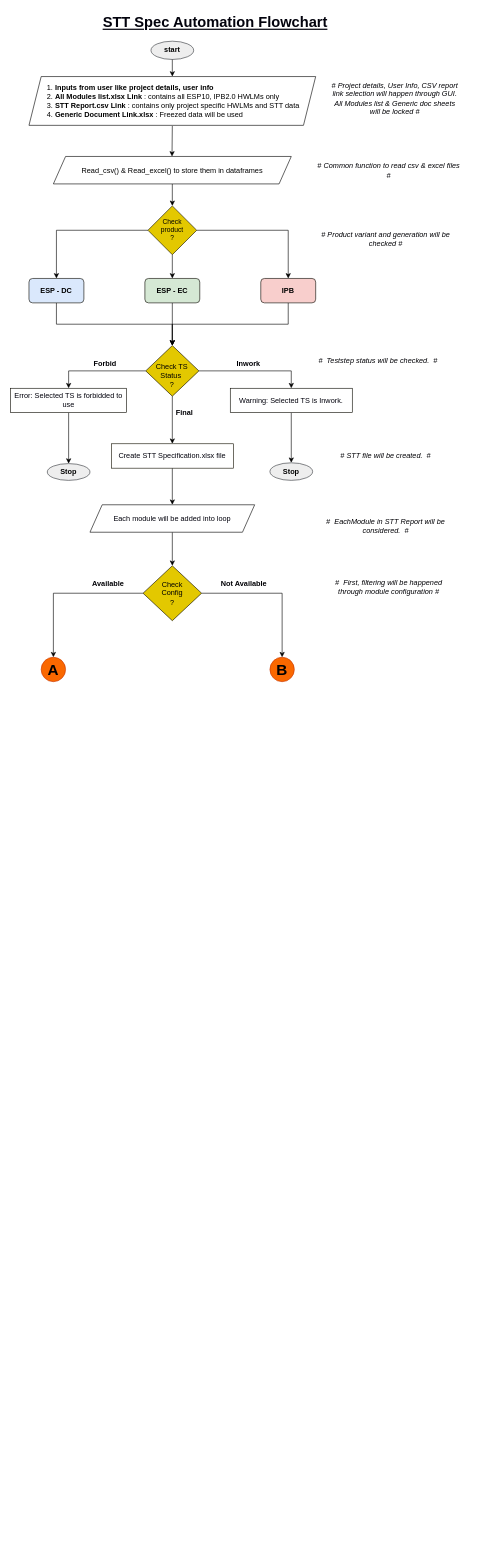
The draw.io diagram page "Page-1" (1 of 2) of Untitled Diagram.drawio in Manideep22/STT, before the edit. Source tidied: cells renumbered, new cells numbered last; positions are measured from the earlier drawing's top-left corner, leaving out a move shared by most shapes. Both pictures are drawn from the tidied source at 61%, with x=0, y=0 at pixel (10, 10).
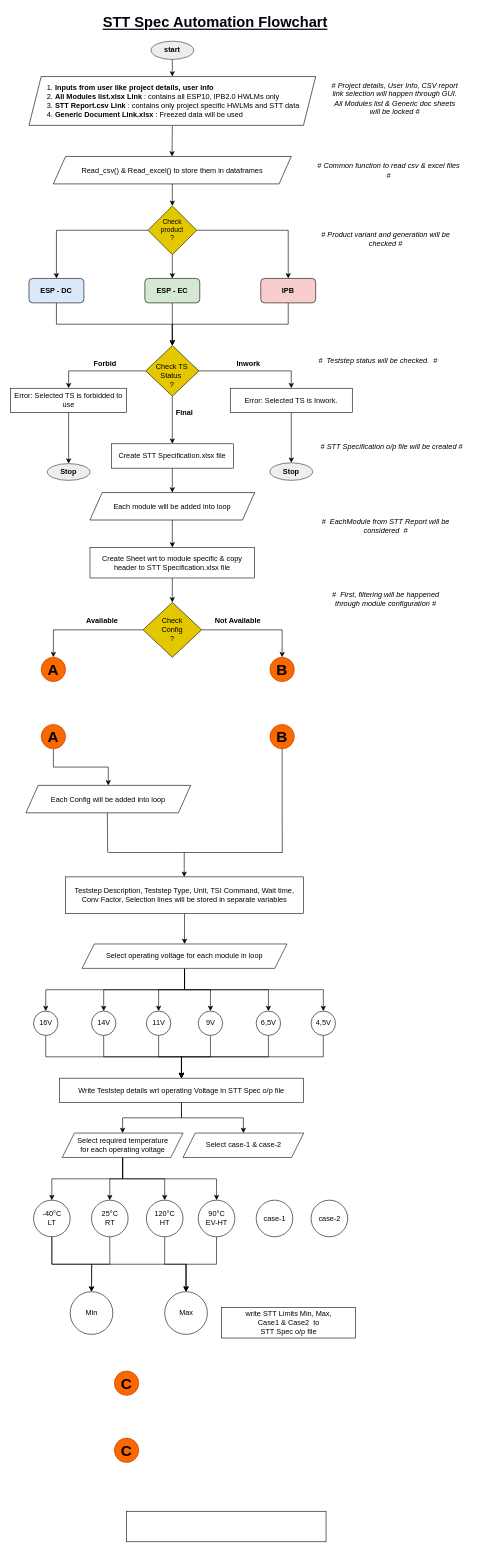
After the change.

Unchanged cells that the change refers to:
```xml
<mxCell id="40" value="A" style="ellipse;whiteSpace=wrap;html=1;labelBackgroundColor=none;fontColor=#000000;strokeColor=#C73500;fillColor=#fa6800;fontStyle=1;fontSize=25;" parent="1" vertex="1">
  <mxGeometry x="50" y="1060" width="40" height="40" as="geometry" />
</mxCell>
```

What changed in the source:
```diff
@@
-    <mxCell id="17" style="edgeStyle=orthogonalEdgeStyle;rounded=0;jettySize=auto;html=1;exitX=0.5;exitY=1;exitDx=0;exitDy=0;entryX=0.5;entryY=0;entryDx=0;entryDy=0;fontSize=12;fontColor=#03030D;" parent="1" edge="1" source="18" target="21">
-      <mxGeometry relative="1" as="geometry" />
-    </mxCell>
+    <mxCell id="50" style="edgeStyle=orthogonalEdgeStyle;rounded=0;jettySize=auto;html=1;exitX=0.5;exitY=1;exitDx=0;exitDy=0;entryX=0.5;entryY=0;entryDx=0;entryDy=0;fontSize=12;fontColor=#03030D;" parent="1" edge="1" source="18" target="100">
+      <mxGeometry relative="1" as="geometry" />
+    </mxCell>
     <mxCell id="18" value="&lt;div&gt;Each module will be added into loop&lt;/div&gt;" style="shape=parallelogram;perimeter=parallelogramPerimeter;whiteSpace=wrap;html=1;fixedSize=1;labelBackgroundColor=none;fontColor=#03030D;" parent="1" vertex="1">
-      <mxGeometry x="130" y="810" width="270" height="45" as="geometry" />
+      <mxGeometry x="130" y="790" width="270" height="45" as="geometry" />
     </mxCell>
+    <mxCell id="20" style="edgeStyle=orthogonalEdgeStyle;rounded=0;jettySize=auto;html=1;exitX=0;exitY=0.5;exitDx=0;exitDy=0;entryX=0.5;entryY=0;entryDx=0;entryDy=0;fontSize=12;fontColor=#03030D;" parent="1" edge="1" source="21" target="40">
+      <mxGeometry relative="1" as="geometry" />
+    </mxCell>
@@
-    <mxCell id="20" style="edgeStyle=orthogonalEdgeStyle;rounded=0;jettySize=auto;html=1;exitX=0;exitY=0.5;exitDx=0;exitDy=0;entryX=0.5;entryY=0;entryDx=0;entryDy=0;fontSize=12;fontColor=#03030D;" parent="1" edge="1" source="21" target="40">
-      <mxGeometry relative="1" as="geometry" />
-    </mxCell>
     <mxCell id="21" value="&lt;div&gt;Check &lt;br&gt;&lt;/div&gt;&lt;div&gt;Config&lt;/div&gt;&lt;div&gt;?&lt;br&gt;&lt;/div&gt;" style="rhombus;whiteSpace=wrap;html=1;fontColor=#000000;fillColor=#e3c800;strokeColor=#0A0900;" parent="1" vertex="1">
-      <mxGeometry x="217" y="910" width="96" height="90" as="geometry" />
+      <mxGeometry x="217" y="970" width="96" height="90" as="geometry" />
     </mxCell>
-    <mxCell id="22" value="#&amp;nbsp; EachModule in STT Report will be considered.&amp;nbsp; #" style="text;html=1;strokeColor=none;fillColor=none;align=center;verticalAlign=middle;whiteSpace=wrap;rounded=0;fontColor=#000005;fontStyle=2;" parent="1" vertex="1">
+    <mxCell id="22" value="#&amp;nbsp; EachModule from STT Report will be considered&amp;nbsp; #" style="text;html=1;strokeColor=none;fillColor=none;align=center;verticalAlign=middle;whiteSpace=wrap;rounded=0;fontColor=#000005;fontStyle=2;" parent="1" vertex="1">
       <mxGeometry x="490" y="810" width="250" height="70" as="geometry" />
     </mxCell>
     <mxCell id="23" value="#&amp;nbsp; First, filtering will be happened through module configuration #" style="text;html=1;strokeColor=none;fillColor=none;align=center;verticalAlign=middle;whiteSpace=wrap;rounded=0;fontColor=#000005;fontStyle=2;" parent="1" vertex="1">
-      <mxGeometry x="515" y="910" width="210" height="70" as="geometry" />
+      <mxGeometry x="510" y="930" width="210" height="70" as="geometry" />
     </mxCell>
     <mxCell id="24" value="Available" style="text;html=1;strokeColor=none;fillColor=none;align=center;verticalAlign=middle;whiteSpace=wrap;rounded=0;fontColor=#000005;fontStyle=1;" parent="1" vertex="1">
-      <mxGeometry x="130" y="935" width="60" height="10" as="geometry" />
+      <mxGeometry x="120" y="995" width="60" height="10" as="geometry" />
     </mxCell>
     <mxCell id="25" value="Not Available" style="text;html=1;strokeColor=none;fillColor=none;align=center;verticalAlign=middle;whiteSpace=wrap;rounded=0;fontColor=#000005;fontStyle=1;" parent="1" vertex="1">
-      <mxGeometry x="340" y="920" width="85" height="40" as="geometry" />
+      <mxGeometry x="330" y="980" width="85" height="40" as="geometry" />
     </mxCell>
@@
-    <mxCell id="34" value="Warning: Selected TS is Inwork." style="rounded=0;whiteSpace=wrap;html=1;labelBackgroundColor=none;fontColor=#03030D;strokeColor=#0A0900;" parent="1" vertex="1">
+    <mxCell id="34" value="Error: Selected TS is Inwork." style="rounded=0;whiteSpace=wrap;html=1;labelBackgroundColor=none;fontColor=#03030D;strokeColor=#0A0900;" parent="1" vertex="1">
       <mxGeometry x="360" y="619" width="200" height="40" as="geometry" />
     </mxCell>
@@
-    <mxCell id="49" value="# STT file will be created.&amp;nbsp; #" style="text;html=1;strokeColor=none;fillColor=none;align=center;verticalAlign=middle;whiteSpace=wrap;rounded=0;fontColor=#000005;fontStyle=2;" parent="1" vertex="1">
-      <mxGeometry x="490" y="695" width="250" height="70" as="geometry" />
+    <mxCell id="49" value="# STT Specification o/p file will be created #" style="text;html=1;strokeColor=none;fillColor=none;align=center;verticalAlign=middle;whiteSpace=wrap;rounded=0;fontColor=#000005;fontStyle=2;" parent="1" vertex="1">
+      <mxGeometry x="500" y="680" width="250" height="70" as="geometry" />
     </mxCell>
+    <mxCell id="51" style="edgeStyle=orthogonalEdgeStyle;rounded=0;jettySize=auto;html=1;exitX=0.5;exitY=1;exitDx=0;exitDy=0;fontSize=12;fontColor=#03030D;" parent="1" edge="1" source="52" target="56">
+      <mxGeometry relative="1" as="geometry" />
+    </mxCell>
+    <mxCell id="52" value="A" style="ellipse;whiteSpace=wrap;html=1;labelBackgroundColor=none;fontColor=#000000;strokeColor=#C73500;fillColor=#fa6800;fontStyle=1;fontSize=25;" parent="1" vertex="1">
+      <mxGeometry x="50" y="1170" width="40" height="40" as="geometry" />
+    </mxCell>
+    <mxCell id="53" value="B" style="ellipse;whiteSpace=wrap;html=1;labelBackgroundColor=none;fontColor=#000000;strokeColor=#C73500;fillColor=#fa6800;fontStyle=1;fontSize=25;" parent="1" vertex="1">
+      <mxGeometry x="425" y="1170" width="40" height="40" as="geometry" />
+    </mxCell>
+    <mxCell id="54" style="edgeStyle=orthogonalEdgeStyle;rounded=0;jettySize=auto;html=1;exitX=0.5;exitY=1;exitDx=0;exitDy=0;entryX=0.5;entryY=0;entryDx=0;entryDy=0;fontSize=12;fontColor=#03030D;" parent="1" edge="1" source="55" target="67">
+      <mxGeometry relative="1" as="geometry" />
+    </mxCell>
+    <mxCell id="55" value="Teststep Description, Teststep Type, Unit, TSI Command, Wait time, Conv Factor, Selection lines will be stored in separate variables" style="rounded=0;whiteSpace=wrap;html=1;labelBackgroundColor=none;fontSize=12;fontColor=#03030D;strokeColor=#120F00;" parent="1" vertex="1">
+      <mxGeometry x="90" y="1420" width="390" height="60" as="geometry" />
+    </mxCell>
+    <mxCell id="56" value="&lt;div&gt;Each Config will be added into loop&lt;/div&gt;" style="shape=parallelogram;perimeter=parallelogramPerimeter;whiteSpace=wrap;html=1;fixedSize=1;labelBackgroundColor=none;fontColor=#03030D;" parent="1" vertex="1">
+      <mxGeometry x="25" y="1270" width="270" height="45" as="geometry" />
+    </mxCell>
+    <mxCell id="57" style="endArrow=none;html=1;rounded=0;fontSize=12;fontColor=#03030D;" parent="1" edge="1">
+      <mxGeometry relative="1" as="geometry">
+        <mxPoint x="160" y="1380" as="sourcePoint" />
+        <mxPoint x="445" y="1380" as="targetPoint" />
+      </mxGeometry>
+    </mxCell>
+    <mxCell id="58" style="endArrow=none;html=1;rounded=0;fontSize=12;fontColor=#03030D;" parent="1" edge="1" target="53">
+      <mxGeometry relative="1" as="geometry">
+        <mxPoint x="445.2" y="1380.5" as="sourcePoint" />
+      </mxGeometry>
+    </mxCell>
+    <mxCell id="59" style="endArrow=none;html=1;rounded=0;fontSize=12;fontColor=#03030D;" parent="1" edge="1">
+      <mxGeometry relative="1" as="geometry">
+        <mxPoint x="159" y="1380" as="sourcePoint" />
+        <mxPoint x="158.5" y="1315" as="targetPoint" />
+      </mxGeometry>
+    </mxCell>
+    <mxCell id="60" style="endArrow=classic;html=1;rounded=0;fontSize=12;fontColor=#03030D;" parent="1" edge="1">
+      <mxGeometry relative="1" as="geometry">
+        <mxPoint x="284.5" y="1380" as="sourcePoint" />
+        <mxPoint x="284.5" y="1420" as="targetPoint" />
+      </mxGeometry>
+    </mxCell>
+    <mxCell id="61" style="edgeStyle=orthogonalEdgeStyle;rounded=0;jettySize=auto;html=1;exitX=0.5;exitY=1;exitDx=0;exitDy=0;fontSize=12;fontColor=#03030D;" parent="1" edge="1" source="67" target="69">
+      <mxGeometry relative="1" as="geometry" />
+    </mxCell>
+    <mxCell id="62" style="edgeStyle=orthogonalEdgeStyle;rounded=0;jettySize=auto;html=1;exitX=0.5;exitY=1;exitDx=0;exitDy=0;fontSize=12;fontColor=#03030D;" parent="1" edge="1" source="67" target="73">
+      <mxGeometry relative="1" as="geometry" />
+    </mxCell>
+    <mxCell id="63" style="edgeStyle=orthogonalEdgeStyle;rounded=0;jettySize=auto;html=1;exitX=0.5;exitY=1;exitDx=0;exitDy=0;entryX=0.5;entryY=0;entryDx=0;entryDy=0;fontSize=12;fontColor=#03030D;" parent="1" edge="1" source="67" target="75">
+      <mxGeometry relative="1" as="geometry" />
+    </mxCell>
+    <mxCell id="64" style="edgeStyle=orthogonalEdgeStyle;rounded=0;jettySize=auto;html=1;exitX=0.5;exitY=1;exitDx=0;exitDy=0;entryX=0.5;entryY=0;entryDx=0;entryDy=0;fontSize=12;fontColor=#03030D;" parent="1" edge="1" source="67" target="77">
+      <mxGeometry relative="1" as="geometry" />
+    </mxCell>
+    <mxCell id="65" style="edgeStyle=orthogonalEdgeStyle;rounded=0;jettySize=auto;html=1;exitX=0.5;exitY=1;exitDx=0;exitDy=0;fontSize=12;fontColor=#03030D;" parent="1" edge="1" source="67" target="79">
+      <mxGeometry relative="1" as="geometry" />
+    </mxCell>
+    <mxCell id="66" style="edgeStyle=orthogonalEdgeStyle;rounded=0;jettySize=auto;html=1;exitX=0.5;exitY=1;exitDx=0;exitDy=0;entryX=0.5;entryY=0;entryDx=0;entryDy=0;fontSize=12;fontColor=#03030D;" parent="1" edge="1" source="67" target="71">
+      <mxGeometry relative="1" as="geometry" />
+    </mxCell>
+    <mxCell id="67" value="&lt;div&gt;Select operating voltage for each module in loop&lt;br&gt;&lt;/div&gt;" style="shape=parallelogram;perimeter=parallelogramPerimeter;whiteSpace=wrap;html=1;fixedSize=1;labelBackgroundColor=none;fontSize=12;fontColor=#03030D;strokeColor=#120F00;" parent="1" vertex="1">
+      <mxGeometry x="117" y="1530" width="336" height="40" as="geometry" />
+    </mxCell>
+    <mxCell id="68" style="edgeStyle=orthogonalEdgeStyle;rounded=0;jettySize=auto;html=1;exitX=0.5;exitY=1;exitDx=0;exitDy=0;fontSize=12;fontColor=#03030D;" parent="1" edge="1" source="69" target="98">
+      <mxGeometry relative="1" as="geometry" />
+    </mxCell>
+    <mxCell id="69" value="16V" style="ellipse;whiteSpace=wrap;html=1;labelBackgroundColor=none;fontSize=12;fontColor=#03030D;strokeColor=#0F0D00;" parent="1" vertex="1">
+      <mxGeometry x="37.5" y="1640" width="40" height="40" as="geometry" />
+    </mxCell>
+    <mxCell id="70" style="edgeStyle=orthogonalEdgeStyle;rounded=0;jettySize=auto;html=1;exitX=0.5;exitY=1;exitDx=0;exitDy=0;entryX=0.5;entryY=0;entryDx=0;entryDy=0;fontSize=12;fontColor=#03030D;" parent="1" edge="1" source="71" target="98">
+      <mxGeometry relative="1" as="geometry" />
+    </mxCell>
+    <mxCell id="71" value="4,5V" style="ellipse;whiteSpace=wrap;html=1;labelBackgroundColor=none;fontSize=12;fontColor=#03030D;strokeColor=#0F0D00;" parent="1" vertex="1">
+      <mxGeometry x="492.5" y="1640" width="40" height="40" as="geometry" />
+    </mxCell>
+    <mxCell id="72" style="edgeStyle=orthogonalEdgeStyle;rounded=0;jettySize=auto;html=1;exitX=0.5;exitY=1;exitDx=0;exitDy=0;fontSize=12;fontColor=#03030D;" parent="1" edge="1" source="73" target="98">
+      <mxGeometry relative="1" as="geometry" />
+    </mxCell>
+    <mxCell id="73" value="14V" style="ellipse;whiteSpace=wrap;html=1;labelBackgroundColor=none;fontSize=12;fontColor=#03030D;strokeColor=#0F0D00;" parent="1" vertex="1">
+      <mxGeometry x="132.5" y="1640" width="40" height="40" as="geometry" />
+    </mxCell>
+    <mxCell id="74" style="edgeStyle=orthogonalEdgeStyle;rounded=0;jettySize=auto;html=1;exitX=0.5;exitY=1;exitDx=0;exitDy=0;entryX=0.5;entryY=0;entryDx=0;entryDy=0;fontSize=12;fontColor=#03030D;" parent="1" edge="1" source="75" target="98">
+      <mxGeometry relative="1" as="geometry" />
+    </mxCell>
+    <mxCell id="75" value="11V" style="ellipse;whiteSpace=wrap;html=1;labelBackgroundColor=none;fontSize=12;fontColor=#03030D;strokeColor=#0F0D00;" parent="1" vertex="1">
+      <mxGeometry x="222.5" y="1640" width="40" height="40" as="geometry" />
+    </mxCell>
+    <mxCell id="76" style="edgeStyle=orthogonalEdgeStyle;rounded=0;jettySize=auto;html=1;exitX=0.5;exitY=1;exitDx=0;exitDy=0;entryX=0.5;entryY=0;entryDx=0;entryDy=0;fontSize=12;fontColor=#03030D;" parent="1" edge="1" source="77" target="98">
+      <mxGeometry relative="1" as="geometry" />
+    </mxCell>
+    <mxCell id="77" value="9V" style="ellipse;whiteSpace=wrap;html=1;labelBackgroundColor=none;fontSize=12;fontColor=#03030D;strokeColor=#0F0D00;" parent="1" vertex="1">
+      <mxGeometry x="307.5" y="1640" width="40" height="40" as="geometry" />
+    </mxCell>
+    <mxCell id="78" style="edgeStyle=orthogonalEdgeStyle;rounded=0;jettySize=auto;html=1;exitX=0.5;exitY=1;exitDx=0;exitDy=0;entryX=0.5;entryY=0;entryDx=0;entryDy=0;fontSize=12;fontColor=#03030D;" parent="1" edge="1" source="79" target="98">
+      <mxGeometry relative="1" as="geometry" />
+    </mxCell>
+    <mxCell id="79" value="6,5V" style="ellipse;whiteSpace=wrap;html=1;labelBackgroundColor=none;fontSize=12;fontColor=#03030D;strokeColor=#0F0D00;" parent="1" vertex="1">
+      <mxGeometry x="402.5" y="1640" width="40" height="40" as="geometry" />
+    </mxCell>
+    <mxCell id="80" style="edgeStyle=orthogonalEdgeStyle;rounded=0;jettySize=auto;html=1;exitX=0.5;exitY=1;exitDx=0;exitDy=0;entryX=0.5;entryY=0;entryDx=0;entryDy=0;fontSize=12;fontColor=#03030D;" parent="1" edge="1" source="82" target="89">
+      <mxGeometry relative="1" as="geometry" />
+    </mxCell>
+    <mxCell id="81" style="edgeStyle=orthogonalEdgeStyle;rounded=0;jettySize=auto;html=1;exitX=0.5;exitY=1;exitDx=0;exitDy=0;entryX=0.5;entryY=0;entryDx=0;entryDy=0;fontSize=12;fontColor=#03030D;" parent="1" edge="1" source="82" target="90">
+      <mxGeometry relative="1" as="geometry" />
+    </mxCell>
+    <mxCell id="82" value="&lt;div&gt;-40°C&lt;/div&gt;&lt;div&gt;LT&lt;br&gt;&lt;/div&gt;" style="ellipse;whiteSpace=wrap;html=1;labelBackgroundColor=none;fontSize=12;fontColor=#03030D;strokeColor=#0F0D00;" parent="1" vertex="1">
+      <mxGeometry x="37.5" y="1950" width="60" height="60" as="geometry" />
+    </mxCell>
+    <mxCell id="83" style="edgeStyle=orthogonalEdgeStyle;rounded=0;jettySize=auto;html=1;exitX=0.5;exitY=1;exitDx=0;exitDy=0;fontSize=12;fontColor=#03030D;" parent="1" edge="1" source="84">
+      <mxGeometry relative="1" as="geometry">
+        <mxPoint x="132.5" y="2100" as="targetPoint" />
+      </mxGeometry>
+    </mxCell>
+    <mxCell id="84" value="&lt;div&gt;25°C&lt;/div&gt;RT" style="ellipse;whiteSpace=wrap;html=1;labelBackgroundColor=none;fontSize=12;fontColor=#03030D;strokeColor=#0F0D00;" parent="1" vertex="1">
+      <mxGeometry x="132.5" y="1950" width="60" height="60" as="geometry" />
+    </mxCell>
+    <mxCell id="85" style="edgeStyle=orthogonalEdgeStyle;rounded=0;jettySize=auto;html=1;exitX=0.5;exitY=1;exitDx=0;exitDy=0;entryX=0.5;entryY=0;entryDx=0;entryDy=0;fontSize=12;fontColor=#03030D;" parent="1" edge="1" source="86" target="90">
+      <mxGeometry relative="1" as="geometry" />
+    </mxCell>
+    <mxCell id="86" value="&lt;div&gt;90°C&lt;/div&gt;&lt;div&gt;EV-HT&lt;br&gt;&lt;/div&gt;" style="ellipse;whiteSpace=wrap;html=1;labelBackgroundColor=none;fontSize=12;fontColor=#03030D;strokeColor=#0F0D00;" parent="1" vertex="1">
+      <mxGeometry x="307.5" y="1950" width="60" height="60" as="geometry" />
+    </mxCell>
+    <mxCell id="87" style="edgeStyle=orthogonalEdgeStyle;rounded=0;jettySize=auto;html=1;exitX=0.5;exitY=1;exitDx=0;exitDy=0;fontSize=12;fontColor=#03030D;" parent="1" edge="1" source="88" target="90">
+      <mxGeometry relative="1" as="geometry" />
+    </mxCell>
+    <mxCell id="88" value="&lt;div&gt;120°C&lt;/div&gt;HT" style="ellipse;whiteSpace=wrap;html=1;labelBackgroundColor=none;fontSize=12;fontColor=#03030D;strokeColor=#0F0D00;" parent="1" vertex="1">
+      <mxGeometry x="222.5" y="1950" width="60" height="60" as="geometry" />
+    </mxCell>
+    <mxCell id="89" value="Min" style="ellipse;whiteSpace=wrap;html=1;labelBackgroundColor=none;fontSize=12;fontColor=#03030D;strokeColor=#0F0D00;" parent="1" vertex="1">
+      <mxGeometry x="97.5" y="2100" width="70" height="70" as="geometry" />
+    </mxCell>
+    <mxCell id="90" value="Max" style="ellipse;whiteSpace=wrap;html=1;labelBackgroundColor=none;fontSize=12;fontColor=#03030D;strokeColor=#0F0D00;" parent="1" vertex="1">
+      <mxGeometry x="252.5" y="2100" width="70" height="70" as="geometry" />
+    </mxCell>
+    <mxCell id="91" value="case-1" style="ellipse;whiteSpace=wrap;html=1;labelBackgroundColor=none;fontSize=12;fontColor=#03030D;strokeColor=#0F0D00;" parent="1" vertex="1">
+      <mxGeometry x="402.5" y="1950" width="60" height="60" as="geometry" />
+    </mxCell>
+    <mxCell id="92" value="case-2" style="ellipse;whiteSpace=wrap;html=1;labelBackgroundColor=none;fontSize=12;fontColor=#03030D;strokeColor=#0F0D00;" parent="1" vertex="1">
+      <mxGeometry x="492.5" y="1950" width="60" height="60" as="geometry" />
+    </mxCell>
+    <mxCell id="93" style="rounded=0;whiteSpace=wrap;html=1;labelBackgroundColor=none;fontSize=12;fontColor=#03030D;strokeColor=#0F0D00;" parent="1" vertex="1">
+      <mxGeometry x="190" y="2460" width="327" height="50" as="geometry" />
+    </mxCell>
+    <mxCell id="94" value="C" style="ellipse;whiteSpace=wrap;html=1;labelBackgroundColor=none;fontColor=#000000;strokeColor=#C73500;fillColor=#fa6800;fontStyle=1;fontSize=25;" parent="1" vertex="1">
+      <mxGeometry x="170" y="2230" width="40" height="40" as="geometry" />
+    </mxCell>
+    <mxCell id="95" value="C" style="ellipse;whiteSpace=wrap;html=1;labelBackgroundColor=none;fontColor=#000000;strokeColor=#C73500;fillColor=#fa6800;fontStyle=1;fontSize=25;" parent="1" vertex="1">
+      <mxGeometry x="170" y="2340" width="40" height="40" as="geometry" />
+    </mxCell>
+    <mxCell id="96" style="edgeStyle=orthogonalEdgeStyle;rounded=0;jettySize=auto;html=1;exitX=0.5;exitY=1;exitDx=0;exitDy=0;entryX=0.5;entryY=0;entryDx=0;entryDy=0;fontSize=12;fontColor=#03030D;" parent="1" edge="1" source="98" target="106">
+      <mxGeometry relative="1" as="geometry" />
+    </mxCell>
+    <mxCell id="97" style="edgeStyle=orthogonalEdgeStyle;rounded=0;jettySize=auto;html=1;exitX=0.5;exitY=1;exitDx=0;exitDy=0;fontSize=12;fontColor=#03030D;" parent="1" edge="1" source="98" target="107">
+      <mxGeometry relative="1" as="geometry" />
+    </mxCell>
+    <mxCell id="98" value="Write Teststep details wrt operating Voltage in STT Spec o/p file" style="rounded=0;whiteSpace=wrap;html=1;labelBackgroundColor=none;fontSize=12;fontColor=#03030D;strokeColor=#0F0D00;" parent="1" vertex="1">
+      <mxGeometry x="80" y="1750" width="400" height="40" as="geometry" />
+    </mxCell>
+    <mxCell id="99" style="edgeStyle=orthogonalEdgeStyle;rounded=0;jettySize=auto;html=1;exitX=0.5;exitY=1;exitDx=0;exitDy=0;entryX=0.5;entryY=0;entryDx=0;entryDy=0;fontSize=12;fontColor=#03030D;" parent="1" edge="1" source="100" target="21">
+      <mxGeometry relative="1" as="geometry" />
+    </mxCell>
+    <mxCell id="100" value="Create Sheet wrt to module specific &amp;amp; copy header to STT Specification.xlsx file " style="rounded=0;whiteSpace=wrap;html=1;labelBackgroundColor=none;fontSize=12;fontColor=#03030D;strokeColor=#120F00;" parent="1" vertex="1">
+      <mxGeometry x="130" y="880" width="270" height="50" as="geometry" />
+    </mxCell>
+    <mxCell id="101" value="&lt;div&gt;write STT Limits Min, Max,&lt;/div&gt;&lt;div&gt;Case1 &amp;amp; Case2&amp;nbsp; to &lt;br&gt;&lt;/div&gt;&lt;div&gt;STT Spec o/p file&lt;/div&gt;" style="rounded=0;whiteSpace=wrap;html=1;labelBackgroundColor=none;fontSize=12;fontColor=#03030D;strokeColor=#0F0D00;" parent="1" vertex="1">
+      <mxGeometry x="345.5" y="2126" width="220" height="50" as="geometry" />
+    </mxCell>
+    <mxCell id="102" style="edgeStyle=orthogonalEdgeStyle;rounded=0;jettySize=auto;html=1;exitX=0.5;exitY=1;exitDx=0;exitDy=0;fontSize=12;fontColor=#03030D;" parent="1" edge="1" source="106" target="82">
+      <mxGeometry relative="1" as="geometry" />
+    </mxCell>
+    <mxCell id="103" style="edgeStyle=orthogonalEdgeStyle;rounded=0;jettySize=auto;html=1;exitX=0.5;exitY=1;exitDx=0;exitDy=0;fontSize=12;fontColor=#03030D;" parent="1" edge="1" source="106" target="84">
+      <mxGeometry relative="1" as="geometry" />
+    </mxCell>
+    <mxCell id="104" style="edgeStyle=orthogonalEdgeStyle;rounded=0;jettySize=auto;html=1;exitX=0.5;exitY=1;exitDx=0;exitDy=0;entryX=0.5;entryY=0;entryDx=0;entryDy=0;fontSize=12;fontColor=#03030D;" parent="1" edge="1" source="106" target="88">
+      <mxGeometry relative="1" as="geometry" />
+    </mxCell>
+    <mxCell id="105" style="edgeStyle=orthogonalEdgeStyle;rounded=0;jettySize=auto;html=1;exitX=0.5;exitY=1;exitDx=0;exitDy=0;fontSize=12;fontColor=#03030D;" parent="1" edge="1" source="106" target="86">
+      <mxGeometry relative="1" as="geometry" />
+    </mxCell>
+    <mxCell id="106" value="&lt;div&gt;Select required temperature&lt;/div&gt;&lt;div&gt; for each operating voltage&lt;/div&gt;" style="shape=parallelogram;perimeter=parallelogramPerimeter;whiteSpace=wrap;html=1;fixedSize=1;labelBackgroundColor=none;fontSize=12;fontColor=#03030D;strokeColor=#120F00;" parent="1" vertex="1">
+      <mxGeometry x="84.5" y="1840" width="198" height="40" as="geometry" />
+    </mxCell>
+    <mxCell id="107" value="Select case-1 &amp;amp; case-2" style="shape=parallelogram;perimeter=parallelogramPerimeter;whiteSpace=wrap;html=1;fixedSize=1;labelBackgroundColor=none;fontSize=12;fontColor=#03030D;strokeColor=#120F00;" parent="1" vertex="1">
+      <mxGeometry x="282.5" y="1840" width="198" height="40" as="geometry" />
+    </mxCell>
```
